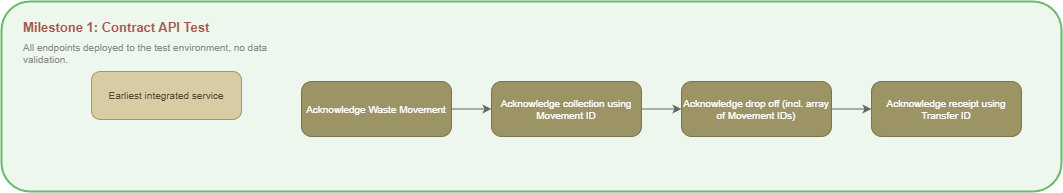
Above: docs/images/dwt-api-delivery-roadmap-milestone-1.png in DEFRA/digital-waste-tracking-api-docs (draw.io), before the change. Source tidied: cells renumbered, new cells last; positions are measured from the earlier drawing's top-left corner, leaving out a move shared by most shapes. Its diagram source:
```xml
<mxGraphModel>
  <root>
    <mxCell id="0" />
    <mxCell id="1" parent="0" />
    <mxCell id="2" style="rounded=1;whiteSpace=wrap;html=1;fillColor=#EDF7ED;strokeColor=#66BB6A;strokeWidth=2;" parent="1" vertex="1">
      <mxGeometry width="1060" height="190" as="geometry" />
    </mxCell>
    <mxCell id="3" value="Milestone 1: Contract API Test" style="text;html=1;fontSize=13;fontStyle=1;fontColor=#A6564B;align=left;verticalAlign=top;" parent="1" vertex="1">
      <mxGeometry x="20" y="12" width="700" height="20" as="geometry" />
    </mxCell>
    <mxCell id="4" value="All endpoints deployed to the test environment, no data validation." style="text;html=1;fontSize=10;fontColor=#8A8A8A;align=left;verticalAlign=top;whiteSpace=wrap;" parent="1" vertex="1">
      <mxGeometry x="20" y="34" width="260" height="40" as="geometry" />
    </mxCell>
    <mxCell id="5" value="Earliest integrated service" style="rounded=1;whiteSpace=wrap;html=1;arcSize=18;fillColor=#D7CCA3;strokeColor=#A69465;fontColor=#4E4632;fontSize=10;align=center;verticalAlign=middle;" parent="1" vertex="1">
      <mxGeometry x="90" y="70" width="150" height="48" as="geometry" />
    </mxCell>
    <mxCell id="6" value="Acknowledge Waste Movement" style="rounded=1;whiteSpace=wrap;html=1;arcSize=18;fillColor=#9C9464;strokeColor=#7A7350;fontColor=#FFFFFF;fontSize=10;align=center;verticalAlign=middle;" parent="1" vertex="1">
      <mxGeometry x="300" y="80" width="150" height="55" as="geometry" />
    </mxCell>
    <mxCell id="7" value="Acknowledge collection using Movement ID" style="rounded=1;whiteSpace=wrap;html=1;arcSize=18;fillColor=#9C9464;strokeColor=#7A7350;fontColor=#FFFFFF;fontSize=10;align=center;verticalAlign=middle;" parent="1" vertex="1">
      <mxGeometry x="490" y="80" width="150" height="55" as="geometry" />
    </mxCell>
    <mxCell id="8" value="Acknowledge drop off (incl. array of Movement IDs)" style="rounded=1;whiteSpace=wrap;html=1;arcSize=18;fillColor=#9C9464;strokeColor=#7A7350;fontColor=#FFFFFF;fontSize=10;align=center;verticalAlign=middle;" parent="1" vertex="1">
      <mxGeometry x="680" y="80" width="150" height="55" as="geometry" />
    </mxCell>
    <mxCell id="9" value="Acknowledge receipt using Transfer ID" style="rounded=1;whiteSpace=wrap;html=1;arcSize=18;fillColor=#9C9464;strokeColor=#7A7350;fontColor=#FFFFFF;fontSize=10;align=center;verticalAlign=middle;" parent="1" vertex="1">
      <mxGeometry x="870" y="80" width="150" height="55" as="geometry" />
    </mxCell>
    <mxCell id="10" style="endArrow=classic;html=1;strokeColor=#666666;rounded=0;" parent="1" edge="1" source="6" target="7">
      <mxGeometry relative="1" as="geometry" />
    </mxCell>
    <mxCell id="11" style="endArrow=classic;html=1;strokeColor=#666666;rounded=0;" parent="1" edge="1" source="7" target="8">
      <mxGeometry relative="1" as="geometry" />
    </mxCell>
    <mxCell id="12" style="endArrow=classic;html=1;strokeColor=#666666;rounded=0;" parent="1" edge="1" source="8" target="9">
      <mxGeometry relative="1" as="geometry" />
    </mxCell>
  </root>
</mxGraphModel>
```
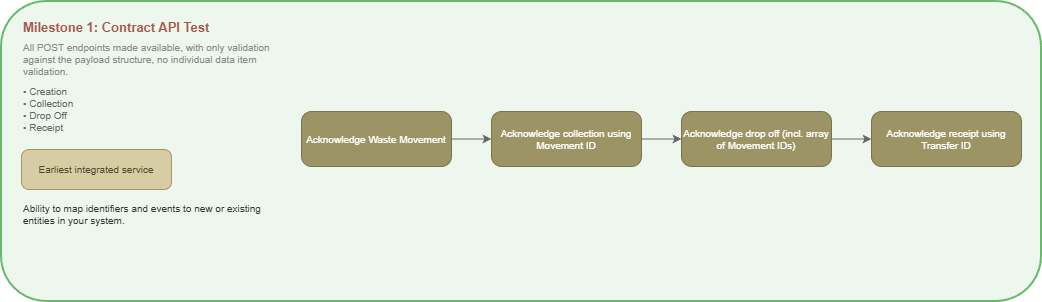
The same diagram one commit later.

What changed in the source:
```diff
@@ -3,37 +3,43 @@
     <mxCell id="0" />
     <mxCell id="1" parent="0" />
     <mxCell id="2" style="rounded=1;whiteSpace=wrap;html=1;fillColor=#EDF7ED;strokeColor=#66BB6A;strokeWidth=2;" parent="1" vertex="1">
-      <mxGeometry width="1060" height="190" as="geometry" />
+      <mxGeometry width="1040" height="300" as="geometry" />
     </mxCell>
     <mxCell id="3" value="Milestone 1: Contract API Test" style="text;html=1;fontSize=13;fontStyle=1;fontColor=#A6564B;align=left;verticalAlign=top;" parent="1" vertex="1">
       <mxGeometry x="20" y="12" width="700" height="20" as="geometry" />
     </mxCell>
-    <mxCell id="4" value="All endpoints deployed to the test environment, no data validation." style="text;html=1;fontSize=10;fontColor=#8A8A8A;align=left;verticalAlign=top;whiteSpace=wrap;" parent="1" vertex="1">
-      <mxGeometry x="20" y="34" width="260" height="40" as="geometry" />
+    <mxCell id="4" value="All POST endpoints made available, with only validation against the payload structure, no individual data item validation." style="text;html=1;fontSize=10;fontColor=#8A8A8A;align=left;verticalAlign=top;whiteSpace=wrap;" parent="1" vertex="1">
+      <mxGeometry x="20" y="34" width="270" height="40" as="geometry" />
     </mxCell>
-    <mxCell id="5" value="Earliest integrated service" style="rounded=1;whiteSpace=wrap;html=1;arcSize=18;fillColor=#D7CCA3;strokeColor=#A69465;fontColor=#4E4632;fontSize=10;align=center;verticalAlign=middle;" parent="1" vertex="1">
-      <mxGeometry x="90" y="70" width="150" height="48" as="geometry" />
+    <mxCell id="5" value="• Creation&lt;br&gt;• Collection&lt;br&gt;• Drop Off&lt;br&gt;• Receipt" style="text;html=1;fontSize=10;fontColor=#666666;align=left;verticalAlign=top;whiteSpace=wrap;" parent="1" vertex="1">
+      <mxGeometry x="20" y="78" width="270" height="65" as="geometry" />
     </mxCell>
-    <mxCell id="6" value="Acknowledge Waste Movement" style="rounded=1;whiteSpace=wrap;html=1;arcSize=18;fillColor=#9C9464;strokeColor=#7A7350;fontColor=#FFFFFF;fontSize=10;align=center;verticalAlign=middle;" parent="1" vertex="1">
-      <mxGeometry x="300" y="80" width="150" height="55" as="geometry" />
+    <mxCell id="6" value="Earliest integrated service" style="rounded=1;whiteSpace=wrap;html=1;arcSize=18;fillColor=#D7CCA3;strokeColor=#A69465;fontColor=#4E4632;fontSize=10;align=center;verticalAlign=middle;" parent="1" vertex="1">
+      <mxGeometry x="20" y="148" width="150" height="40" as="geometry" />
     </mxCell>
-    <mxCell id="7" value="Acknowledge collection using Movement ID" style="rounded=1;whiteSpace=wrap;html=1;arcSize=18;fillColor=#9C9464;strokeColor=#7A7350;fontColor=#FFFFFF;fontSize=10;align=center;verticalAlign=middle;" parent="1" vertex="1">
-      <mxGeometry x="490" y="80" width="150" height="55" as="geometry" />
+    <mxCell id="7" value="Ability to map identifiers and events to new or existing entities in your system." style="text;html=1;fontSize=10;fontColor=#333333;align=left;verticalAlign=top;whiteSpace=wrap;" parent="1" vertex="1">
+      <mxGeometry x="20" y="195" width="270" height="45" as="geometry" />
     </mxCell>
-    <mxCell id="8" value="Acknowledge drop off (incl. array of Movement IDs)" style="rounded=1;whiteSpace=wrap;html=1;arcSize=18;fillColor=#9C9464;strokeColor=#7A7350;fontColor=#FFFFFF;fontSize=10;align=center;verticalAlign=middle;" parent="1" vertex="1">
-      <mxGeometry x="680" y="80" width="150" height="55" as="geometry" />
+    <mxCell id="8" value="Acknowledge Waste Movement" style="rounded=1;whiteSpace=wrap;html=1;arcSize=18;fillColor=#9C9464;strokeColor=#7A7350;fontColor=#FFFFFF;fontSize=10;align=center;verticalAlign=middle;" parent="1" vertex="1">
+      <mxGeometry x="300" y="110" width="150" height="55" as="geometry" />
     </mxCell>
-    <mxCell id="9" value="Acknowledge receipt using Transfer ID" style="rounded=1;whiteSpace=wrap;html=1;arcSize=18;fillColor=#9C9464;strokeColor=#7A7350;fontColor=#FFFFFF;fontSize=10;align=center;verticalAlign=middle;" parent="1" vertex="1">
-      <mxGeometry x="870" y="80" width="150" height="55" as="geometry" />
+    <mxCell id="9" value="Acknowledge collection using Movement ID" style="rounded=1;whiteSpace=wrap;html=1;arcSize=18;fillColor=#9C9464;strokeColor=#7A7350;fontColor=#FFFFFF;fontSize=10;align=center;verticalAlign=middle;" parent="1" vertex="1">
+      <mxGeometry x="490" y="110" width="150" height="55" as="geometry" />
     </mxCell>
-    <mxCell id="10" style="endArrow=classic;html=1;strokeColor=#666666;rounded=0;" parent="1" edge="1" source="6" target="7">
-      <mxGeometry relative="1" as="geometry" />
+    <mxCell id="10" value="Acknowledge drop off (incl. array of Movement IDs)" style="rounded=1;whiteSpace=wrap;html=1;arcSize=18;fillColor=#9C9464;strokeColor=#7A7350;fontColor=#FFFFFF;fontSize=10;align=center;verticalAlign=middle;" parent="1" vertex="1">
+      <mxGeometry x="680" y="110" width="150" height="55" as="geometry" />
     </mxCell>
-    <mxCell id="11" style="endArrow=classic;html=1;strokeColor=#666666;rounded=0;" parent="1" edge="1" source="7" target="8">
-      <mxGeometry relative="1" as="geometry" />
+    <mxCell id="11" value="Acknowledge receipt using Transfer ID" style="rounded=1;whiteSpace=wrap;html=1;arcSize=18;fillColor=#9C9464;strokeColor=#7A7350;fontColor=#FFFFFF;fontSize=10;align=center;verticalAlign=middle;" parent="1" vertex="1">
+      <mxGeometry x="870" y="110" width="150" height="55" as="geometry" />
     </mxCell>
     <mxCell id="12" style="endArrow=classic;html=1;strokeColor=#666666;rounded=0;" parent="1" edge="1" source="8" target="9">
       <mxGeometry relative="1" as="geometry" />
     </mxCell>
+    <mxCell id="13" style="endArrow=classic;html=1;strokeColor=#666666;rounded=0;" parent="1" edge="1" source="9" target="10">
+      <mxGeometry relative="1" as="geometry" />
+    </mxCell>
+    <mxCell id="14" style="endArrow=classic;html=1;strokeColor=#666666;rounded=0;" parent="1" edge="1" source="10" target="11">
+      <mxGeometry relative="1" as="geometry" />
+    </mxCell>
   </root>
 </mxGraphModel>
```
